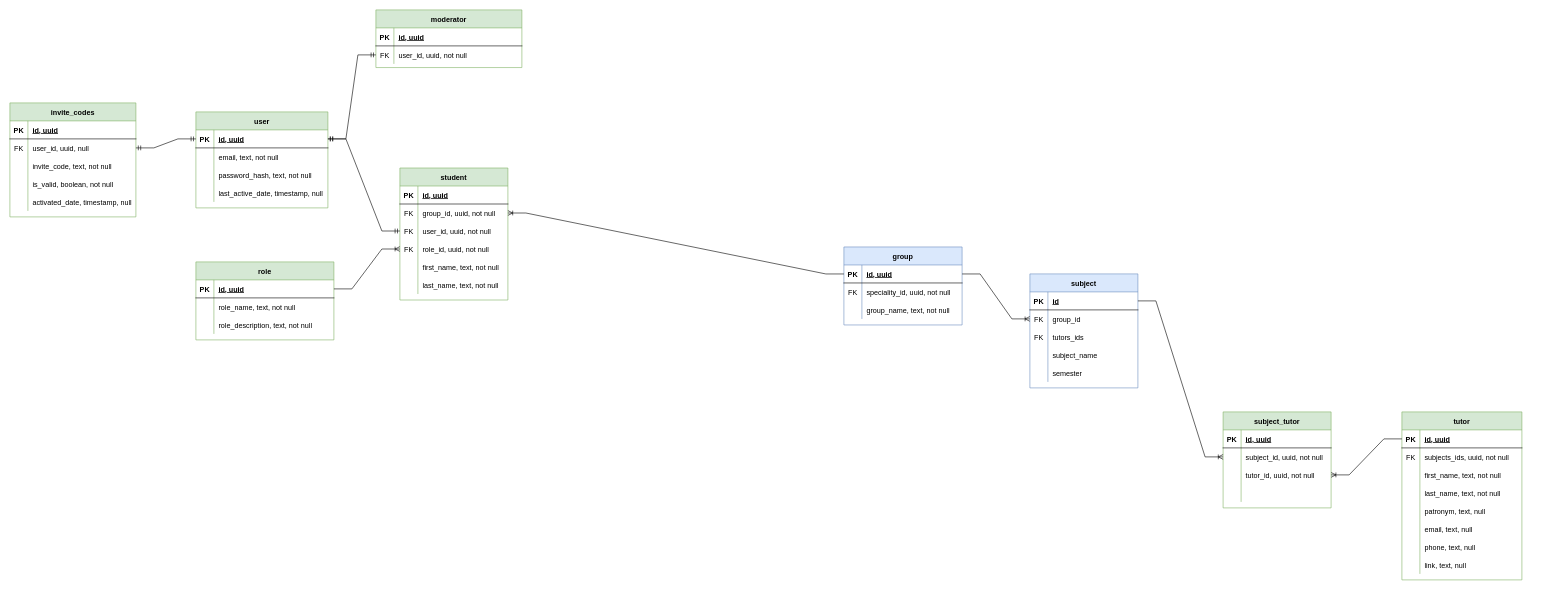
Before: databases/physical_er_dadyarri.drawio in student-archive/backend, a draw.io diagram. Source tidied: cells renumbered, new cells numbered last; positions are measured from the earlier drawing's top-left corner, leaving out a move shared by most shapes. Both pictures are drawn from the tidied source at 60%, with x=0, y=0 at pixel (10, 10).
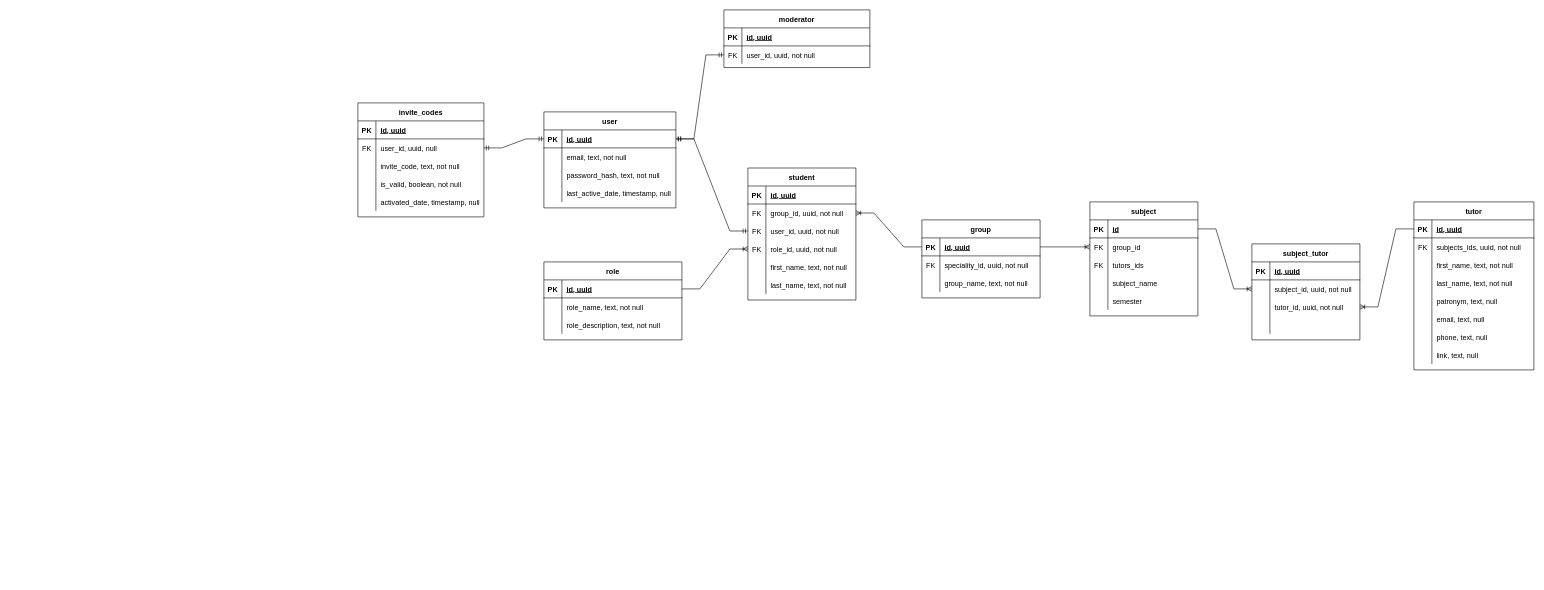
The same diagram, later.

Commit message:
style(databases): remove colors; reorder tables

The change refers to these unchanged cells:
```xml
<mxCell id="6" style="shape=tableRow;horizontal=0;startSize=0;swimlaneHead=0;swimlaneBody=0;fillColor=none;points=[[0,0.5],[1,0.5]];portConstraint=eastwest;top=0;left=0;right=0;bottom=0;" parent="2" vertex="1">
  <mxGeometry y="60" width="243.3" height="30" as="geometry" />
</mxCell>
<mxCell id="10" style="shape=tableRow;horizontal=0;startSize=0;swimlaneHead=0;swimlaneBody=0;fillColor=none;points=[[0,0.5],[1,0.5]];portConstraint=eastwest;top=0;left=0;right=0;bottom=1;" parent="9" vertex="1">
  <mxGeometry y="30" width="197" height="30" as="geometry" />
</mxCell>
<mxCell id="20" style="shape=tableRow;horizontal=0;startSize=0;swimlaneHead=0;swimlaneBody=0;fillColor=none;points=[[0,0.5],[1,0.5]];portConstraint=eastwest;top=0;left=0;right=0;bottom=1;" parent="19" vertex="1">
  <mxGeometry y="30" width="180" height="30" as="geometry" />
</mxCell>
<mxCell id="23" style="shape=tableRow;horizontal=0;startSize=0;swimlaneHead=0;swimlaneBody=0;fillColor=none;points=[[0,0.5],[1,0.5]];portConstraint=eastwest;top=0;left=0;right=0;bottom=0;" parent="19" vertex="1">
  <mxGeometry y="60" width="180" height="30" as="geometry" />
</mxCell>
<mxCell id="37" style="shape=tableRow;horizontal=0;startSize=0;swimlaneHead=0;swimlaneBody=0;fillColor=none;points=[[0,0.5],[1,0.5]];portConstraint=eastwest;top=0;left=0;right=0;bottom=1;" parent="36" vertex="1">
  <mxGeometry y="30" width="200" height="30" as="geometry" />
</mxCell>
<mxCell id="62" style="shape=tableRow;horizontal=0;startSize=0;swimlaneHead=0;swimlaneBody=0;fillColor=none;points=[[0,0.5],[1,0.5]];portConstraint=eastwest;top=0;left=0;right=0;bottom=1;" parent="61" vertex="1">
  <mxGeometry y="30" width="220" height="30" as="geometry" />
</mxCell>
<mxCell id="78" style="shape=tableRow;horizontal=0;startSize=0;swimlaneHead=0;swimlaneBody=0;fillColor=none;points=[[0,0.5],[1,0.5]];portConstraint=eastwest;top=0;left=0;right=0;bottom=0;" parent="74" vertex="1">
  <mxGeometry y="60" width="180" height="30" as="geometry" />
</mxCell>
<mxCell id="81" style="shape=tableRow;horizontal=0;startSize=0;swimlaneHead=0;swimlaneBody=0;fillColor=none;points=[[0,0.5],[1,0.5]];portConstraint=eastwest;top=0;left=0;right=0;bottom=0;" parent="74" vertex="1">
  <mxGeometry y="90" width="180" height="30" as="geometry" />
</mxCell>
<mxCell id="84" style="shape=tableRow;horizontal=0;startSize=0;swimlaneHead=0;swimlaneBody=0;fillColor=none;points=[[0,0.5],[1,0.5]];portConstraint=eastwest;top=0;left=0;right=0;bottom=0;" parent="74" vertex="1">
  <mxGeometry y="120" width="180" height="30" as="geometry" />
</mxCell>
<mxCell id="94" style="shape=tableRow;horizontal=0;startSize=0;swimlaneHead=0;swimlaneBody=0;fillColor=none;points=[[0,0.5],[1,0.5]];portConstraint=eastwest;top=0;left=0;right=0;bottom=1;" parent="93" vertex="1">
  <mxGeometry y="30" width="230" height="30" as="geometry" />
</mxCell>
<mxCell id="111" style="shape=tableRow;horizontal=0;startSize=0;swimlaneHead=0;swimlaneBody=0;fillColor=none;points=[[0,0.5],[1,0.5]];portConstraint=eastwest;top=0;left=0;right=0;bottom=0;" parent="107" vertex="1">
  <mxGeometry y="60" width="210" height="30" as="geometry" />
</mxCell>
<mxCell id="128" style="shape=tableRow;horizontal=0;startSize=0;swimlaneHead=0;swimlaneBody=0;fillColor=none;points=[[0,0.5],[1,0.5]];portConstraint=eastwest;top=0;left=0;right=0;bottom=0;" parent="124" vertex="1">
  <mxGeometry y="60" width="180" height="30" as="geometry" />
</mxCell>
<mxCell id="131" style="shape=tableRow;horizontal=0;startSize=0;swimlaneHead=0;swimlaneBody=0;fillColor=none;points=[[0,0.5],[1,0.5]];portConstraint=eastwest;top=0;left=0;right=0;bottom=0;" parent="124" vertex="1">
  <mxGeometry y="90" width="180" height="30" as="geometry" />
</mxCell>
```

Change to the diagram source:
```diff
@@
+    <mxCell id="139" style="group;" parent="1" vertex="1">
+      <mxGeometry x="580" width="1960" height="600" as="geometry" />
+    </mxCell>
-    <mxCell id="2" value="moderator" style="shape=table;startSize=30;childLayout=tableLayout;rowLines=0;fontStyle=1;align=center;fillColor=#d5e8d4;strokeColor=#82b366;" parent="1" vertex="1">
+    <mxCell id="2" value="moderator" style="shape=table;startSize=30;childLayout=tableLayout;rowLines=0;fontStyle=1;align=center;" parent="139" vertex="1">
       <mxGeometry x="610" width="243.3" height="96.1" as="geometry" />
     </mxCell>
@@
-    <mxCell id="9" value="group" style="shape=table;startSize=30;childLayout=tableLayout;rowLines=0;fontStyle=1;align=center;fillColor=#dae8fc;strokeColor=#6c8ebf;" parent="1" vertex="1">
-      <mxGeometry x="1390" y="395.1" width="197" height="130" as="geometry" />
+    <mxCell id="9" value="group" style="shape=table;startSize=30;childLayout=tableLayout;rowLines=0;fontStyle=1;align=center;" parent="139" vertex="1">
+      <mxGeometry x="940" y="350" width="197" height="130" as="geometry" />
     </mxCell>
@@
-    <mxCell id="19" value="subject" style="shape=table;startSize=30;childLayout=tableLayout;rowLines=0;fontStyle=1;align=center;fillColor=#dae8fc;strokeColor=#6c8ebf;" parent="1" vertex="1">
-      <mxGeometry x="1700" y="440" width="180" height="190" as="geometry" />
+    <mxCell id="19" value="subject" style="shape=table;startSize=30;childLayout=tableLayout;rowLines=0;fontStyle=1;align=center;" parent="139" vertex="1">
+      <mxGeometry x="1220" y="320" width="180" height="190" as="geometry" />
     </mxCell>
@@
-    <mxCell id="35" style="edgeStyle=entityRelationEdgeStyle;fontSize=12;html=1;endArrow=ERoneToMany;rounded=0;entryX=0;entryY=0.5;entryDx=0;entryDy=0;exitX=1;exitY=0.5;exitDx=0;exitDy=0;" parent="1" edge="1" source="10" target="23">
-      <mxGeometry relative="1" as="geometry" />
-    </mxCell>
-    <mxCell id="36" value="tutor" style="shape=table;startSize=30;childLayout=tableLayout;rowLines=0;fontStyle=1;align=center;fillColor=#d5e8d4;strokeColor=#82b366;" parent="1" vertex="1">
-      <mxGeometry x="2320" y="670" width="200" height="280" as="geometry" />
+    <mxCell id="36" value="tutor" style="shape=table;startSize=30;childLayout=tableLayout;rowLines=0;fontStyle=1;align=center;" parent="139" vertex="1">
+      <mxGeometry x="1760" y="320" width="200" height="280" as="geometry" />
     </mxCell>
@@
-    <mxCell id="61" value="user" style="shape=table;startSize=30;childLayout=tableLayout;rowLines=0;fontStyle=1;align=center;fillColor=#d5e8d4;strokeColor=#82b366;" parent="1" vertex="1">
+    <mxCell id="61" value="user" style="shape=table;startSize=30;childLayout=tableLayout;rowLines=0;fontStyle=1;align=center;" parent="139" vertex="1">
       <mxGeometry x="310" y="170" width="220" height="160" as="geometry" />
     </mxCell>
@@
-    <mxCell id="74" value="student" style="shape=table;startSize=30;childLayout=tableLayout;rowLines=0;fontStyle=1;align=center;fillColor=#d5e8d4;strokeColor=#82b366;" parent="1" vertex="1">
+    <mxCell id="74" value="student" style="shape=table;startSize=30;childLayout=tableLayout;rowLines=0;fontStyle=1;align=center;" parent="139" vertex="1">
       <mxGeometry x="650" y="263.5" width="180" height="220" as="geometry" />
     </mxCell>
@@
-    <mxCell id="93" value="role" style="shape=table;startSize=30;childLayout=tableLayout;rowLines=0;fontStyle=1;align=center;fillColor=#d5e8d4;strokeColor=#82b366;" parent="1" vertex="1">
+    <mxCell id="93" value="role" style="shape=table;startSize=30;childLayout=tableLayout;rowLines=0;fontStyle=1;align=center;" parent="139" vertex="1">
       <mxGeometry x="310" y="420" width="230" height="130" as="geometry" />
     </mxCell>
@@
-    <mxCell id="103" style="edgeStyle=entityRelationEdgeStyle;fontSize=12;html=1;endArrow=ERoneToMany;rounded=0;exitX=1;exitY=0.5;exitDx=0;exitDy=0;entryX=0;entryY=0.5;entryDx=0;entryDy=0;" parent="1" edge="1" source="94" target="84">
-      <mxGeometry relative="1" as="geometry" />
-    </mxCell>
-    <mxCell id="104" style="edgeStyle=entityRelationEdgeStyle;fontSize=12;html=1;endArrow=ERmandOne;startArrow=ERmandOne;rounded=0;entryX=0;entryY=0.5;entryDx=0;entryDy=0;exitX=1;exitY=0.5;exitDx=0;exitDy=0;" parent="1" edge="1" source="62" target="81">
-      <mxGeometry relative="1" as="geometry" />
-    </mxCell>
-    <mxCell id="105" style="edgeStyle=entityRelationEdgeStyle;fontSize=12;html=1;endArrow=ERmandOne;startArrow=ERmandOne;rounded=0;entryX=0;entryY=0.5;entryDx=0;entryDy=0;exitX=1;exitY=0.5;exitDx=0;exitDy=0;" parent="1" edge="1" source="62" target="6">
-      <mxGeometry relative="1" as="geometry" />
-    </mxCell>
-    <mxCell id="106" style="edgeStyle=entityRelationEdgeStyle;fontSize=12;html=1;endArrow=ERoneToMany;rounded=0;entryX=1;entryY=0.5;entryDx=0;entryDy=0;exitX=0;exitY=0.5;exitDx=0;exitDy=0;" parent="1" edge="1" source="10" target="78">
-      <mxGeometry relative="1" as="geometry" />
-    </mxCell>
-    <mxCell id="107" value="invite_codes" style="shape=table;startSize=30;childLayout=tableLayout;rowLines=0;fontStyle=1;align=center;fillColor=#d5e8d4;strokeColor=#82b366;" parent="1" vertex="1">
+    <mxCell id="107" value="invite_codes" style="shape=table;startSize=30;childLayout=tableLayout;rowLines=0;fontStyle=1;align=center;" parent="139" vertex="1">
       <mxGeometry y="155" width="210" height="190" as="geometry" />
     </mxCell>
@@
-    <mxCell id="123" style="edgeStyle=entityRelationEdgeStyle;fontSize=12;html=1;endArrow=ERmandOne;startArrow=ERmandOne;rounded=0;entryX=1;entryY=0.5;entryDx=0;entryDy=0;exitX=0;exitY=0.5;exitDx=0;exitDy=0;" parent="1" edge="1" source="62" target="111">
-      <mxGeometry relative="1" as="geometry" />
-    </mxCell>
-    <mxCell id="124" value="subject_tutor" style="shape=table;startSize=30;childLayout=tableLayout;rowLines=0;fontStyle=1;align=center;fillColor=#d5e8d4;strokeColor=#82b366;" parent="1" vertex="1">
-      <mxGeometry x="2022" y="670" width="180" height="160" as="geometry" />
+    <mxCell id="124" value="subject_tutor" style="shape=table;startSize=30;childLayout=tableLayout;rowLines=0;fontStyle=1;align=center;" parent="139" vertex="1">
+      <mxGeometry x="1490" y="390" width="180" height="160" as="geometry" />
     </mxCell>
@@
+    <mxCell id="35" style="edgeStyle=entityRelationEdgeStyle;fontSize=12;html=1;endArrow=ERoneToMany;rounded=0;entryX=0;entryY=0.5;entryDx=0;entryDy=0;exitX=1;exitY=0.5;exitDx=0;exitDy=0;" parent="139" edge="1" source="10" target="23">
+      <mxGeometry relative="1" as="geometry" />
+    </mxCell>
+    <mxCell id="105" style="edgeStyle=entityRelationEdgeStyle;fontSize=12;html=1;endArrow=ERmandOne;startArrow=ERmandOne;rounded=0;entryX=0;entryY=0.5;entryDx=0;entryDy=0;exitX=1;exitY=0.5;exitDx=0;exitDy=0;" parent="139" edge="1" source="62" target="6">
+      <mxGeometry relative="1" as="geometry" />
+    </mxCell>
+    <mxCell id="106" style="edgeStyle=entityRelationEdgeStyle;fontSize=12;html=1;endArrow=ERoneToMany;rounded=0;entryX=1;entryY=0.5;entryDx=0;entryDy=0;exitX=0;exitY=0.5;exitDx=0;exitDy=0;" parent="139" edge="1" source="10" target="78">
+      <mxGeometry relative="1" as="geometry" />
+    </mxCell>
+    <mxCell id="104" style="edgeStyle=entityRelationEdgeStyle;fontSize=12;html=1;endArrow=ERmandOne;startArrow=ERmandOne;rounded=0;entryX=0;entryY=0.5;entryDx=0;entryDy=0;exitX=1;exitY=0.5;exitDx=0;exitDy=0;" parent="139" edge="1" source="62" target="81">
+      <mxGeometry relative="1" as="geometry" />
+    </mxCell>
+    <mxCell id="103" style="edgeStyle=entityRelationEdgeStyle;fontSize=12;html=1;endArrow=ERoneToMany;rounded=0;exitX=1;exitY=0.5;exitDx=0;exitDy=0;entryX=0;entryY=0.5;entryDx=0;entryDy=0;" parent="139" edge="1" source="94" target="84">
+      <mxGeometry relative="1" as="geometry" />
+    </mxCell>
+    <mxCell id="123" style="edgeStyle=entityRelationEdgeStyle;fontSize=12;html=1;endArrow=ERmandOne;startArrow=ERmandOne;rounded=0;entryX=1;entryY=0.5;entryDx=0;entryDy=0;exitX=0;exitY=0.5;exitDx=0;exitDy=0;" parent="139" edge="1" source="62" target="111">
+      <mxGeometry relative="1" as="geometry" />
+    </mxCell>
-    <mxCell id="137" style="edgeStyle=entityRelationEdgeStyle;fontSize=12;html=1;endArrow=ERoneToMany;rounded=0;exitX=1;exitY=0.5;exitDx=0;exitDy=0;entryX=0;entryY=0.5;entryDx=0;entryDy=0;" parent="1" edge="1" source="20" target="128">
+    <mxCell id="137" style="edgeStyle=entityRelationEdgeStyle;fontSize=12;html=1;endArrow=ERoneToMany;rounded=0;exitX=1;exitY=0.5;exitDx=0;exitDy=0;entryX=0;entryY=0.5;entryDx=0;entryDy=0;" parent="139" edge="1" source="20" target="128">
       <mxGeometry relative="1" as="geometry" />
     </mxCell>
-    <mxCell id="138" style="edgeStyle=entityRelationEdgeStyle;fontSize=12;html=1;endArrow=ERoneToMany;rounded=0;entryX=1;entryY=0.5;entryDx=0;entryDy=0;exitX=0;exitY=0.5;exitDx=0;exitDy=0;" parent="1" edge="1" source="37" target="131">
+    <mxCell id="138" style="edgeStyle=entityRelationEdgeStyle;fontSize=12;html=1;endArrow=ERoneToMany;rounded=0;entryX=1;entryY=0.5;entryDx=0;entryDy=0;exitX=0;exitY=0.5;exitDx=0;exitDy=0;" parent="139" edge="1" source="37" target="131">
       <mxGeometry relative="1" as="geometry" />
     </mxCell>
```
